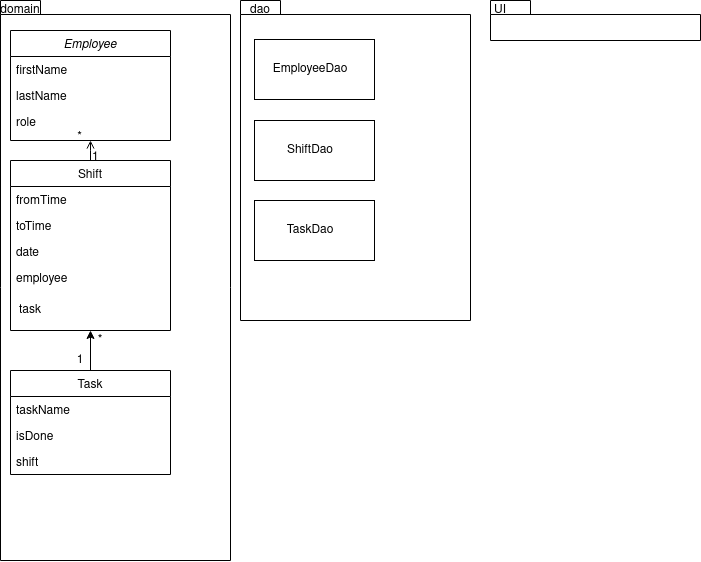
The draw.io diagram documentation/images/ClassArchitecture.png in LauriKajakko/ot-harjoitustyo, before a commit. Source tidied: cells renumbered, new cells last; positions are measured from the earlier drawing's top-left corner, leaving out a move shared by most shapes.
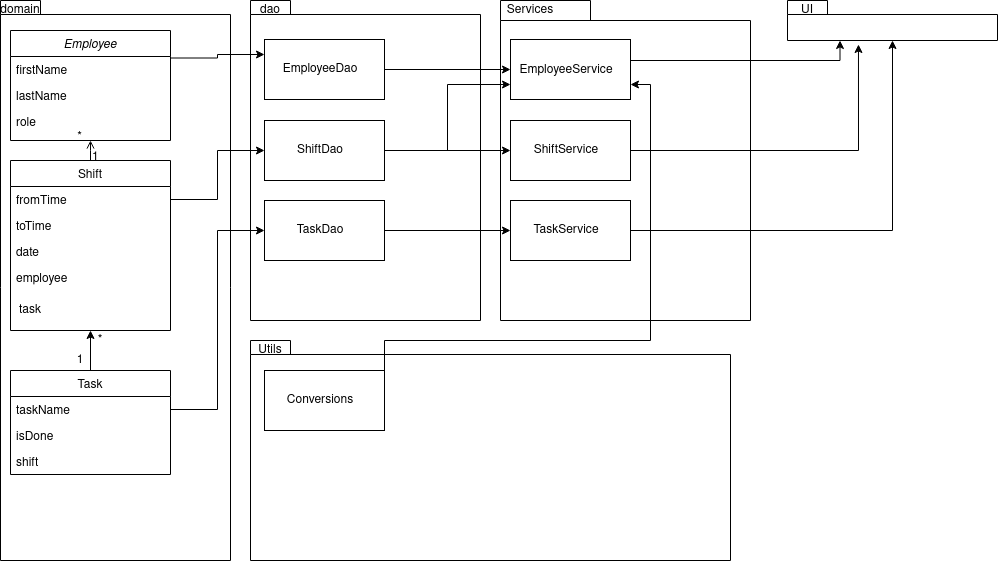
The same diagram one commit later.

Change to the diagram source:
```diff
@@ -2,12 +2,18 @@
   <root>
     <mxCell id="0" />
     <mxCell id="1" parent="0" />
+    <mxCell id="36" style="shape=folder;fontStyle=1;spacingTop=10;tabWidth=90;tabHeight=20;tabPosition=left;html=1;" parent="1" vertex="1">
+      <mxGeometry x="500" width="250" height="320" as="geometry" />
+    </mxCell>
     <mxCell id="2" style="shape=folder;fontStyle=1;spacingTop=10;tabWidth=40;tabHeight=14;tabPosition=left;html=1;" parent="1" vertex="1">
-      <mxGeometry x="240" width="230" height="320" as="geometry" />
+      <mxGeometry x="250" width="230" height="320" as="geometry" />
     </mxCell>
     <mxCell id="3" style="shape=folder;fontStyle=1;spacingTop=10;tabWidth=40;tabHeight=14;tabPosition=left;html=1;" parent="1" vertex="1">
       <mxGeometry width="230" height="560" as="geometry" />
     </mxCell>
+    <mxCell id="37" style="edgeStyle=orthogonalEdgeStyle;rounded=0;jettySize=auto;html=1;exitX=1;exitY=0.25;exitDx=0;exitDy=0;entryX=0;entryY=0.25;entryDx=0;entryDy=0;" parent="1" edge="1" source="4" target="18">
+      <mxGeometry relative="1" as="geometry" />
+    </mxCell>
     <mxCell id="4" value="Employee" style="swimlane;fontStyle=2;align=center;verticalAlign=top;horizontal=1;startSize=26;rounded=0;shadow=0;strokeWidth=1;" parent="1" vertex="1">
       <mxGeometry x="10" y="30" width="160" height="110" as="geometry" />
     </mxCell>
@@ -54,28 +60,37 @@
       <mxGeometry width="40" height="20" as="geometry" />
     </mxCell>
     <mxCell id="17" value="dao" style="text;html=1;strokeColor=none;fillColor=none;align=center;verticalAlign=middle;whiteSpace=wrap;rounded=0;" parent="1" vertex="1">
-      <mxGeometry x="240" width="40" height="20" as="geometry" />
+      <mxGeometry x="250" width="40" height="20" as="geometry" />
     </mxCell>
+    <mxCell id="38" style="edgeStyle=orthogonalEdgeStyle;rounded=0;jettySize=auto;html=1;exitX=1;exitY=0.5;exitDx=0;exitDy=0;entryX=0;entryY=0.5;entryDx=0;entryDy=0;" parent="1" edge="1" source="18" target="43">
+      <mxGeometry relative="1" as="geometry" />
+    </mxCell>
     <mxCell id="18" style="rounded=0;whiteSpace=wrap;html=1;" parent="1" vertex="1">
-      <mxGeometry x="254" y="39" width="120" height="60" as="geometry" />
+      <mxGeometry x="264" y="39" width="120" height="60" as="geometry" />
     </mxCell>
     <mxCell id="19" value="Text" style="text;html=1;strokeColor=none;fillColor=none;align=center;verticalAlign=middle;whiteSpace=wrap;rounded=0;" parent="1" vertex="1">
-      <mxGeometry x="270" y="140" width="40" height="20" as="geometry" />
+      <mxGeometry x="280" y="140" width="40" height="20" as="geometry" />
     </mxCell>
     <mxCell id="20" value="EmployeeDao" style="text;html=1;strokeColor=none;fillColor=none;align=center;verticalAlign=middle;whiteSpace=wrap;rounded=0;" parent="1" vertex="1">
-      <mxGeometry x="290" y="59" width="40" height="20" as="geometry" />
+      <mxGeometry x="300" y="59" width="40" height="20" as="geometry" />
     </mxCell>
+    <mxCell id="39" style="edgeStyle=orthogonalEdgeStyle;rounded=0;jettySize=auto;html=1;exitX=1;exitY=0.5;exitDx=0;exitDy=0;entryX=0;entryY=0.75;entryDx=0;entryDy=0;" parent="1" edge="1" source="21" target="43">
+      <mxGeometry relative="1" as="geometry" />
+    </mxCell>
+    <mxCell id="40" style="edgeStyle=orthogonalEdgeStyle;rounded=0;jettySize=auto;html=1;exitX=1;exitY=0.5;exitDx=0;exitDy=0;entryX=0;entryY=0.5;entryDx=0;entryDy=0;" parent="1" edge="1" source="21" target="46">
+      <mxGeometry relative="1" as="geometry" />
+    </mxCell>
     <mxCell id="21" style="rounded=0;whiteSpace=wrap;html=1;" parent="1" vertex="1">
-      <mxGeometry x="254" y="120" width="120" height="60" as="geometry" />
+      <mxGeometry x="264" y="120" width="120" height="60" as="geometry" />
     </mxCell>
     <mxCell id="22" value="ShiftDao" style="text;html=1;strokeColor=none;fillColor=none;align=center;verticalAlign=middle;whiteSpace=wrap;rounded=0;" parent="1" vertex="1">
-      <mxGeometry x="290" y="140" width="40" height="20" as="geometry" />
+      <mxGeometry x="300" y="140" width="40" height="20" as="geometry" />
     </mxCell>
     <mxCell id="23" style="shape=folder;fontStyle=1;spacingTop=10;tabWidth=40;tabHeight=14;tabPosition=left;html=1;" parent="1" vertex="1">
-      <mxGeometry x="490" width="210" height="40" as="geometry" />
+      <mxGeometry x="787" width="210" height="40" as="geometry" />
     </mxCell>
     <mxCell id="24" value="&lt;div&gt;UI&lt;/div&gt;" style="text;html=1;strokeColor=none;fillColor=none;align=center;verticalAlign=middle;whiteSpace=wrap;rounded=0;" parent="1" vertex="1">
-      <mxGeometry x="480" width="40" height="20" as="geometry" />
+      <mxGeometry x="787" width="40" height="20" as="geometry" />
     </mxCell>
     <mxCell id="25" value="&lt;div&gt;task&lt;/div&gt;" style="text;html=1;strokeColor=none;fillColor=none;align=center;verticalAlign=middle;whiteSpace=wrap;rounded=0;" parent="1" vertex="1">
       <mxGeometry x="10" y="300" width="40" height="20" as="geometry" />
@@ -95,11 +110,14 @@
     <mxCell id="30" value="shift&#10;" style="text;strokeColor=none;fillColor=none;align=left;verticalAlign=top;spacingLeft=4;spacingRight=4;overflow=hidden;" parent="27" vertex="1">
       <mxGeometry y="78" width="160" height="26" as="geometry" />
     </mxCell>
+    <mxCell id="41" style="edgeStyle=orthogonalEdgeStyle;rounded=0;jettySize=auto;html=1;exitX=1;exitY=0.5;exitDx=0;exitDy=0;entryX=0;entryY=0.5;entryDx=0;entryDy=0;" parent="1" edge="1" source="31" target="49">
+      <mxGeometry relative="1" as="geometry" />
+    </mxCell>
     <mxCell id="31" style="rounded=0;whiteSpace=wrap;html=1;" parent="1" vertex="1">
-      <mxGeometry x="254" y="200" width="120" height="60" as="geometry" />
+      <mxGeometry x="264" y="200" width="120" height="60" as="geometry" />
     </mxCell>
     <mxCell id="32" value="TaskDao" style="text;html=1;strokeColor=none;fillColor=none;align=center;verticalAlign=middle;whiteSpace=wrap;rounded=0;" parent="1" vertex="1">
-      <mxGeometry x="290" y="220" width="40" height="20" as="geometry" />
+      <mxGeometry x="300" y="220" width="40" height="20" as="geometry" />
     </mxCell>
     <mxCell id="33" style="endArrow=classic;html=1;entryX=0.5;entryY=1;entryDx=0;entryDy=0;exitX=0.5;exitY=0;exitDx=0;exitDy=0;" parent="1" edge="1" source="27" target="8">
       <mxGeometry relative="1" as="geometry" />
@@ -110,5 +128,67 @@
     <mxCell id="35" value="*" style="text;html=1;strokeColor=none;fillColor=none;align=center;verticalAlign=middle;whiteSpace=wrap;rounded=0;" parent="1" vertex="1">
       <mxGeometry x="80" y="330" width="40" height="20" as="geometry" />
     </mxCell>
+    <mxCell id="42" style="edgeStyle=orthogonalEdgeStyle;rounded=0;jettySize=auto;html=1;exitX=1;exitY=0;exitDx=0;exitDy=0;entryX=0.25;entryY=1;entryDx=0;entryDy=0;entryPerimeter=0;" parent="1" edge="1" source="43" target="23">
+      <mxGeometry relative="1" as="geometry">
+        <Array as="points">
+          <mxPoint x="630" y="60" />
+          <mxPoint x="840" y="60" />
+        </Array>
+      </mxGeometry>
+    </mxCell>
+    <mxCell id="43" style="rounded=0;whiteSpace=wrap;html=1;" parent="1" vertex="1">
+      <mxGeometry x="510" y="39" width="120" height="60" as="geometry" />
+    </mxCell>
+    <mxCell id="44" value="&lt;div&gt;EmployeeService&lt;/div&gt;" style="text;html=1;strokeColor=none;fillColor=none;align=center;verticalAlign=middle;whiteSpace=wrap;rounded=0;" parent="1" vertex="1">
+      <mxGeometry x="546" y="60" width="40" height="20" as="geometry" />
+    </mxCell>
+    <mxCell id="45" style="edgeStyle=orthogonalEdgeStyle;rounded=0;jettySize=auto;html=1;exitX=1;exitY=0.5;exitDx=0;exitDy=0;entryX=0.338;entryY=1.1;entryDx=0;entryDy=0;entryPerimeter=0;" parent="1" edge="1" source="46" target="23">
+      <mxGeometry relative="1" as="geometry" />
+    </mxCell>
+    <mxCell id="46" style="rounded=0;whiteSpace=wrap;html=1;" parent="1" vertex="1">
+      <mxGeometry x="510" y="120" width="120" height="60" as="geometry" />
+    </mxCell>
+    <mxCell id="47" value="&lt;div&gt;ShiftService&lt;/div&gt;" style="text;html=1;strokeColor=none;fillColor=none;align=center;verticalAlign=middle;whiteSpace=wrap;rounded=0;" parent="1" vertex="1">
+      <mxGeometry x="546" y="140" width="40" height="20" as="geometry" />
+    </mxCell>
+    <mxCell id="48" style="edgeStyle=orthogonalEdgeStyle;rounded=0;jettySize=auto;html=1;exitX=1;exitY=0.5;exitDx=0;exitDy=0;" parent="1" edge="1" source="49" target="23">
+      <mxGeometry relative="1" as="geometry" />
+    </mxCell>
+    <mxCell id="49" style="rounded=0;whiteSpace=wrap;html=1;" parent="1" vertex="1">
+      <mxGeometry x="510" y="200" width="120" height="60" as="geometry" />
+    </mxCell>
+    <mxCell id="50" value="&lt;div&gt;TaskService&lt;/div&gt;" style="text;html=1;strokeColor=none;fillColor=none;align=center;verticalAlign=middle;whiteSpace=wrap;rounded=0;" parent="1" vertex="1">
+      <mxGeometry x="546" y="220" width="40" height="20" as="geometry" />
+    </mxCell>
+    <mxCell id="51" value="&lt;div&gt;Services&lt;/div&gt;" style="text;html=1;strokeColor=none;fillColor=none;align=center;verticalAlign=middle;whiteSpace=wrap;rounded=0;" parent="1" vertex="1">
+      <mxGeometry x="510" width="40" height="20" as="geometry" />
+    </mxCell>
+    <mxCell id="52" style="shape=folder;fontStyle=1;spacingTop=10;tabWidth=40;tabHeight=14;tabPosition=left;html=1;" parent="1" vertex="1">
+      <mxGeometry x="250" y="340" width="480" height="220" as="geometry" />
+    </mxCell>
+    <mxCell id="53" value="&lt;div&gt;Utils&lt;/div&gt;" style="text;html=1;strokeColor=none;fillColor=none;align=center;verticalAlign=middle;whiteSpace=wrap;rounded=0;" parent="1" vertex="1">
+      <mxGeometry x="250" y="340" width="40" height="20" as="geometry" />
+    </mxCell>
+    <mxCell id="54" style="edgeStyle=orthogonalEdgeStyle;rounded=0;jettySize=auto;html=1;exitX=1;exitY=0.5;exitDx=0;exitDy=0;entryX=1;entryY=0.75;entryDx=0;entryDy=0;" parent="1" edge="1" source="55" target="43">
+      <mxGeometry relative="1" as="geometry">
+        <Array as="points">
+          <mxPoint x="384" y="340" />
+          <mxPoint x="650" y="340" />
+          <mxPoint x="650" y="84" />
+        </Array>
+      </mxGeometry>
+    </mxCell>
+    <mxCell id="55" style="rounded=0;whiteSpace=wrap;html=1;" parent="1" vertex="1">
+      <mxGeometry x="264" y="370" width="120" height="60" as="geometry" />
+    </mxCell>
+    <mxCell id="56" value="&lt;div&gt;Conversions&lt;/div&gt;" style="text;html=1;strokeColor=none;fillColor=none;align=center;verticalAlign=middle;whiteSpace=wrap;rounded=0;" parent="1" vertex="1">
+      <mxGeometry x="300" y="390" width="40" height="20" as="geometry" />
+    </mxCell>
+    <mxCell id="57" style="edgeStyle=orthogonalEdgeStyle;rounded=0;jettySize=auto;html=1;exitX=1;exitY=0.5;exitDx=0;exitDy=0;entryX=0;entryY=0.5;entryDx=0;entryDy=0;" parent="1" edge="1" source="9" target="21">
+      <mxGeometry relative="1" as="geometry" />
+    </mxCell>
+    <mxCell id="58" style="edgeStyle=orthogonalEdgeStyle;rounded=0;jettySize=auto;html=1;exitX=1;exitY=0.5;exitDx=0;exitDy=0;entryX=0;entryY=0.5;entryDx=0;entryDy=0;" parent="1" edge="1" source="28" target="31">
+      <mxGeometry relative="1" as="geometry" />
+    </mxCell>
   </root>
 </mxGraphModel>
```
